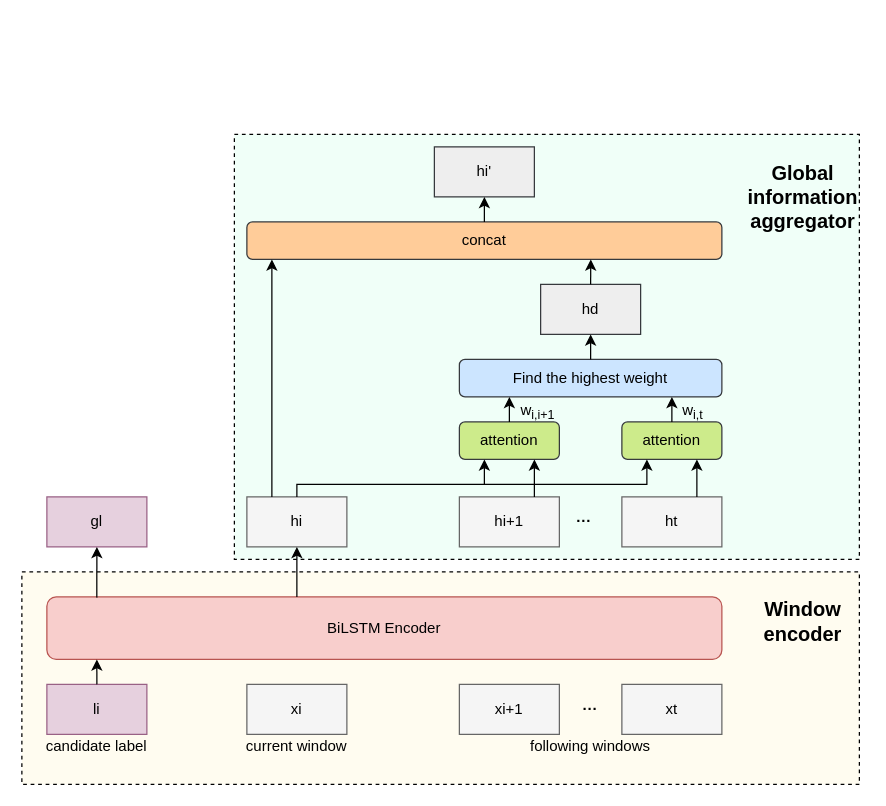
The draw.io diagram page "Page-2" (2 of 2) of map/Untitled Diagram.drawio in Boching-bot/Sundries, before the edit. Source tidied: cells renumbered, new cells numbered last; positions are measured from the earlier drawing's top-left corner, leaving out a move shared by most shapes. Both pictures are drawn from the tidied source at 125%, with x=0, y=0 at pixel (21, 134).
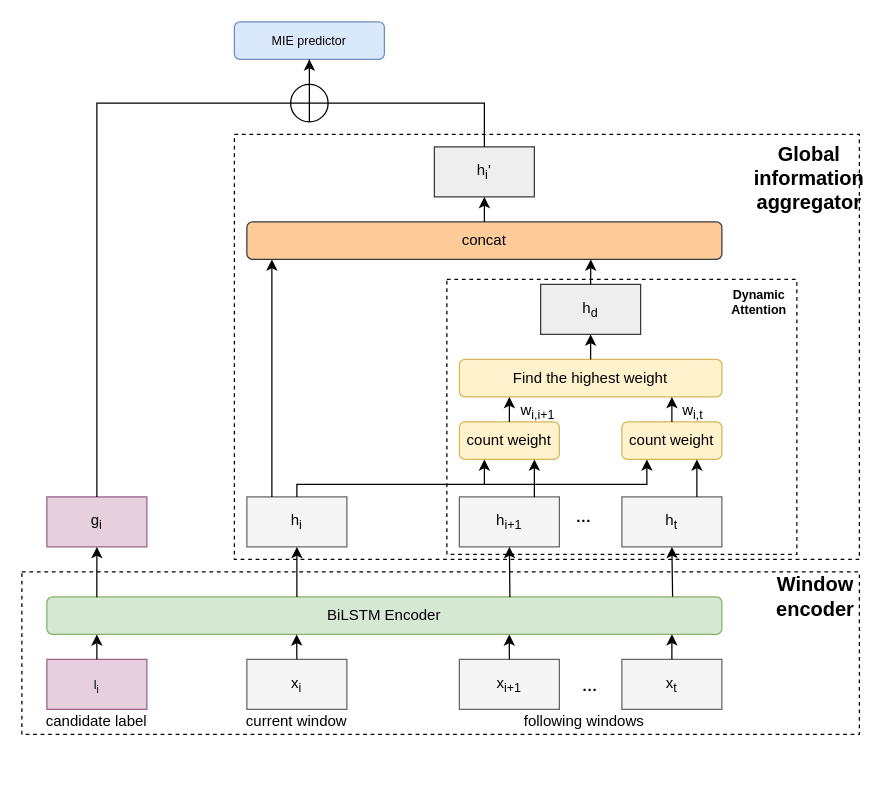
The same page after the edit.

The edit, as a diff of the source:
```diff
@@
+    <mxCell id="41" style="rounded=0;whiteSpace=wrap;html=1;fontSize=10;strokeColor=default;fillColor=default;gradientColor=none;dashed=1;" parent="1" vertex="1">
+      <mxGeometry x="330" y="115" width="300" height="220" as="geometry" />
+    </mxCell>
-    <mxCell id="2" style="rounded=0;whiteSpace=wrap;html=1;dashed=1;fontSize=12;fillColor=#FFFCF0;" parent="1" vertex="1">
-      <mxGeometry y="350" width="670" height="170" as="geometry" />
+    <mxCell id="2" style="rounded=0;whiteSpace=wrap;html=1;dashed=1;fontSize=12;" parent="1" vertex="1">
+      <mxGeometry y="350" width="670" height="130" as="geometry" />
     </mxCell>
-    <mxCell id="3" value="li" style="rounded=0;whiteSpace=wrap;html=1;fontSize=12;strokeColor=#996185;fillColor=#e6d0de;gradientColor=none;" parent="1" vertex="1">
-      <mxGeometry x="20" y="440" width="80" height="40" as="geometry" />
+    <mxCell id="3" value="&lt;span style=&quot;font-size: 10px&quot;&gt;l&lt;sub&gt;i&lt;/sub&gt;&lt;/span&gt;" style="rounded=0;whiteSpace=wrap;html=1;fontSize=12;strokeColor=#996185;fillColor=#e6d0de;gradientColor=none;" parent="1" vertex="1">
+      <mxGeometry x="20" y="420" width="80" height="40" as="geometry" />
     </mxCell>
-    <mxCell id="4" value="xi" style="rounded=0;whiteSpace=wrap;html=1;fontSize=12;strokeColor=#666666;fillColor=#f5f5f5;gradientColor=none;" parent="1" vertex="1">
-      <mxGeometry x="180" y="440" width="80" height="40" as="geometry" />
+    <mxCell id="4" value="x&lt;sub&gt;i&lt;/sub&gt;" style="rounded=0;whiteSpace=wrap;html=1;fontSize=12;strokeColor=#666666;fillColor=#f5f5f5;gradientColor=none;" parent="1" vertex="1">
+      <mxGeometry x="180" y="420" width="80" height="40" as="geometry" />
     </mxCell>
-    <mxCell id="5" value="xi+1" style="rounded=0;whiteSpace=wrap;html=1;fontSize=12;strokeColor=#666666;fillColor=#f5f5f5;gradientColor=none;" parent="1" vertex="1">
-      <mxGeometry x="350" y="440" width="80" height="40" as="geometry" />
+    <mxCell id="5" value="x&lt;sub&gt;i+1&lt;/sub&gt;" style="rounded=0;whiteSpace=wrap;html=1;fontSize=12;strokeColor=#666666;fillColor=#f5f5f5;gradientColor=none;" parent="1" vertex="1">
+      <mxGeometry x="350" y="420" width="80" height="40" as="geometry" />
     </mxCell>
-    <mxCell id="6" value="xt" style="rounded=0;whiteSpace=wrap;html=1;fontSize=12;strokeColor=#666666;fillColor=#f5f5f5;gradientColor=none;" parent="1" vertex="1">
-      <mxGeometry x="480" y="440" width="80" height="40" as="geometry" />
+    <mxCell id="6" value="x&lt;sub&gt;t&lt;/sub&gt;" style="rounded=0;whiteSpace=wrap;html=1;fontSize=12;strokeColor=#666666;fillColor=#f5f5f5;gradientColor=none;" parent="1" vertex="1">
+      <mxGeometry x="480" y="420" width="80" height="40" as="geometry" />
     </mxCell>
-    <mxCell id="7" style="rounded=0;whiteSpace=wrap;html=1;fontSize=12;dashed=1;fillColor=#F0FFF8;" parent="1" vertex="1">
+    <mxCell id="7" style="rounded=0;whiteSpace=wrap;html=1;fontSize=12;dashed=1;" parent="1" vertex="1">
       <mxGeometry x="170" width="500" height="340" as="geometry" />
     </mxCell>
-    <mxCell id="8" value="BiLSTM Encoder" style="rounded=1;whiteSpace=wrap;html=1;fontSize=12;strokeColor=#b85450;fillColor=#f8cecc;" parent="1" vertex="1">
-      <mxGeometry x="20" y="370" width="540" height="50" as="geometry" />
+    <mxCell id="8" value="BiLSTM Encoder" style="rounded=1;whiteSpace=wrap;html=1;fontSize=12;strokeColor=#82b366;fillColor=#d5e8d4;" parent="1" vertex="1">
+      <mxGeometry x="20" y="370" width="540" height="30" as="geometry" />
     </mxCell>
-    <mxCell id="9" value="hi" style="rounded=0;whiteSpace=wrap;html=1;fontSize=12;strokeColor=#666666;fillColor=#f5f5f5;gradientColor=none;" parent="1" vertex="1">
+    <mxCell id="9" value="h&lt;sub&gt;i&lt;/sub&gt;" style="rounded=0;whiteSpace=wrap;html=1;fontSize=12;strokeColor=#666666;fillColor=#f5f5f5;gradientColor=none;" parent="1" vertex="1">
       <mxGeometry x="180" y="290" width="80" height="40" as="geometry" />
     </mxCell>
-    <mxCell id="10" value="hi+1" style="rounded=0;whiteSpace=wrap;html=1;fontSize=12;strokeColor=#666666;fillColor=#f5f5f5;gradientColor=none;" parent="1" vertex="1">
+    <mxCell id="10" value="h&lt;sub&gt;i+1&lt;/sub&gt;" style="rounded=0;whiteSpace=wrap;html=1;fontSize=12;strokeColor=#666666;fillColor=#f5f5f5;gradientColor=none;" parent="1" vertex="1">
       <mxGeometry x="350" y="290" width="80" height="40" as="geometry" />
     </mxCell>
-    <mxCell id="11" value="ht" style="rounded=0;whiteSpace=wrap;html=1;fontSize=12;strokeColor=#666666;fillColor=#f5f5f5;gradientColor=none;" parent="1" vertex="1">
+    <mxCell id="11" value="h&lt;sub&gt;t&lt;/sub&gt;" style="rounded=0;whiteSpace=wrap;html=1;fontSize=12;strokeColor=#666666;fillColor=#f5f5f5;gradientColor=none;" parent="1" vertex="1">
       <mxGeometry x="480" y="290" width="80" height="40" as="geometry" />
     </mxCell>
-    <mxCell id="12" value="attention" style="rounded=1;whiteSpace=wrap;html=1;fontSize=12;strokeColor=#36393d;fillColor=#cdeb8b;" parent="1" vertex="1">
+    <mxCell id="12" value="count weight" style="rounded=1;whiteSpace=wrap;html=1;fontSize=12;strokeColor=#d6b656;fillColor=#fff2cc;" parent="1" vertex="1">
       <mxGeometry x="350" y="230" width="80" height="30" as="geometry" />
     </mxCell>
-    <mxCell id="13" value="attention" style="rounded=1;whiteSpace=wrap;html=1;fontSize=12;strokeColor=#36393d;fillColor=#cdeb8b;" parent="1" vertex="1">
+    <mxCell id="13" value="count weight" style="rounded=1;whiteSpace=wrap;html=1;fontSize=12;strokeColor=#d6b656;fillColor=#fff2cc;" parent="1" vertex="1">
       <mxGeometry x="480" y="230" width="80" height="30" as="geometry" />
     </mxCell>
-    <mxCell id="14" value="Find the highest weight" style="rounded=1;whiteSpace=wrap;html=1;fontSize=12;strokeColor=#36393d;fillColor=#cce5ff;" parent="1" vertex="1">
+    <mxCell id="14" value="Find the highest weight" style="rounded=1;whiteSpace=wrap;html=1;fontSize=12;strokeColor=#d6b656;fillColor=#fff2cc;" parent="1" vertex="1">
       <mxGeometry x="350" y="180" width="210" height="30" as="geometry" />
     </mxCell>
-    <mxCell id="15" value="hd" style="rounded=0;whiteSpace=wrap;html=1;fontSize=12;strokeColor=#36393d;fillColor=#eeeeee;" parent="1" vertex="1">
+    <mxCell id="15" value="h&lt;sub&gt;d&lt;/sub&gt;" style="rounded=0;whiteSpace=wrap;html=1;fontSize=12;strokeColor=#36393d;fillColor=#eeeeee;" parent="1" vertex="1">
       <mxGeometry x="415" y="120" width="80" height="40" as="geometry" />
     </mxCell>
@@
-    <mxCell id="17" value="hi'" style="rounded=0;whiteSpace=wrap;html=1;fontSize=12;strokeColor=#36393d;fillColor=#eeeeee;" parent="1" vertex="1">
+    <mxCell id="17" value="h&lt;sub&gt;i&lt;/sub&gt;'" style="rounded=0;whiteSpace=wrap;html=1;fontSize=12;strokeColor=#36393d;fillColor=#eeeeee;" parent="1" vertex="1">
       <mxGeometry x="330" y="10" width="80" height="40" as="geometry" />
     </mxCell>
     <mxCell id="18" value="&lt;b&gt;&lt;span lang=&quot;EN-GB&quot; style=&quot;font-size: 12.0pt ; font-family: &amp;#34;calibri&amp;#34; , sans-serif&quot;&gt;Global information aggregator&lt;/span&gt;&lt;/b&gt;" style="rounded=0;whiteSpace=wrap;html=1;dashed=1;fontSize=12;strokeColor=none;fillColor=none;gradientColor=none;" parent="1" vertex="1">
-      <mxGeometry x="580" y="10" width="90" height="80" as="geometry" />
+      <mxGeometry x="590" width="80" height="70" as="geometry" />
     </mxCell>
+    <mxCell id="42" style="rounded=0;whiteSpace=wrap;html=1;fontSize=10;strokeColor=default;fillColor=none;gradientColor=none;dashed=1;" parent="1" vertex="1">
+      <mxGeometry x="340" y="116" width="280" height="220" as="geometry" />
+    </mxCell>
     <mxCell id="19" value="&lt;font face=&quot;calibri, sans-serif&quot;&gt;&lt;span style=&quot;font-size: 16px&quot;&gt;&lt;b&gt;Window encoder&lt;br&gt;&lt;/b&gt;&lt;/span&gt;&lt;/font&gt;" style="rounded=0;whiteSpace=wrap;html=1;dashed=1;fontSize=12;strokeColor=none;fillColor=none;gradientColor=none;" parent="1" vertex="1">
-      <mxGeometry x="580" y="350" width="90" height="80" as="geometry" />
+      <mxGeometry x="600" y="350" width="70" height="40" as="geometry" />
     </mxCell>
-    <mxCell id="20" value="gl" style="rounded=0;whiteSpace=wrap;html=1;fontSize=12;strokeColor=#996185;fillColor=#e6d0de;gradientColor=none;" parent="1" vertex="1">
+    <mxCell id="20" value="g&lt;sub&gt;i&lt;/sub&gt;" style="rounded=0;whiteSpace=wrap;html=1;fontSize=12;strokeColor=#996185;fillColor=#e6d0de;gradientColor=none;" parent="1" vertex="1">
       <mxGeometry x="20" y="290" width="80" height="40" as="geometry" />
     </mxCell>
@@
     <mxCell id="22" value="candidate label" style="rounded=0;whiteSpace=wrap;html=1;fontSize=12;strokeColor=none;fillColor=none;gradientColor=none;" parent="1" vertex="1">
-      <mxGeometry y="480" width="120" height="20" as="geometry" />
+      <mxGeometry y="460" width="120" height="20" as="geometry" />
     </mxCell>
     <mxCell id="23" value="current window" style="rounded=0;whiteSpace=wrap;html=1;fontSize=12;strokeColor=none;fillColor=none;gradientColor=none;" parent="1" vertex="1">
-      <mxGeometry x="160" y="480" width="120" height="20" as="geometry" />
+      <mxGeometry x="160" y="460" width="120" height="20" as="geometry" />
     </mxCell>
     <mxCell id="24" value="following windows" style="rounded=0;whiteSpace=wrap;html=1;fontSize=12;strokeColor=none;fillColor=none;gradientColor=none;" parent="1" vertex="1">
-      <mxGeometry x="395" y="480" width="120" height="20" as="geometry" />
+      <mxGeometry x="390" y="460" width="120" height="20" as="geometry" />
     </mxCell>
     <mxCell id="25" value="&lt;b&gt;···&lt;/b&gt;" style="rounded=0;whiteSpace=wrap;html=1;fontSize=12;strokeColor=none;fillColor=none;gradientColor=none;" parent="1" vertex="1">
-      <mxGeometry x="420" y="445" width="70" height="30" as="geometry" />
+      <mxGeometry x="420" y="430" width="70" height="30" as="geometry" />
     </mxCell>
@@
+    <mxCell id="31" style="endArrow=classic;html=1;rounded=0;fontSize=12;sourcePerimeterSpacing=0;targetPerimeterSpacing=0;strokeColor=default;strokeWidth=1;gradientColor=none;entryX=0.25;entryY=1;entryDx=0;entryDy=0;" parent="1" edge="1" target="13">
+      <mxGeometry relative="1" as="geometry">
+        <mxPoint x="370" y="280" as="sourcePoint" />
+        <Array as="points">
+          <mxPoint x="500" y="280" />
+        </Array>
+      </mxGeometry>
+    </mxCell>
@@
-    <mxCell id="31" style="endArrow=classic;html=1;rounded=0;fontSize=12;sourcePerimeterSpacing=0;targetPerimeterSpacing=0;strokeColor=default;strokeWidth=1;gradientColor=none;entryX=0.25;entryY=1;entryDx=0;entryDy=0;" parent="1" edge="1" target="13">
-      <mxGeometry relative="1" as="geometry">
-        <mxPoint x="370" y="280" as="sourcePoint" />
-        <Array as="points">
-          <mxPoint x="500" y="280" />
-        </Array>
-      </mxGeometry>
-    </mxCell>
@@
+    <mxCell id="43" value="&lt;b&gt;Dynamic&lt;br&gt;Attention&lt;/b&gt;" style="rounded=0;whiteSpace=wrap;html=1;dashed=1;fontSize=10;strokeColor=none;fillColor=none;gradientColor=none;" parent="1" vertex="1">
+      <mxGeometry x="560" y="116" width="60" height="35" as="geometry" />
+    </mxCell>
+    <mxCell id="44" value="MIE predictor" style="rounded=1;whiteSpace=wrap;html=1;fontSize=10;strokeColor=#6c8ebf;fillColor=#dae8fc;" parent="1" vertex="1">
+      <mxGeometry x="170" y="-90" width="120" height="30" as="geometry" />
+    </mxCell>
+    <mxCell id="45" style="ellipse;whiteSpace=wrap;html=1;fontSize=10;strokeColor=default;fillColor=none;gradientColor=none;" parent="1" vertex="1">
+      <mxGeometry x="215" y="-40" width="30" height="30" as="geometry" />
+    </mxCell>
+    <mxCell id="46" style="endArrow=none;html=1;rounded=0;fontSize=10;sourcePerimeterSpacing=0;targetPerimeterSpacing=0;strokeColor=default;strokeWidth=1;gradientColor=none;exitX=0;exitY=0.5;exitDx=0;exitDy=0;entryX=1;entryY=0.5;entryDx=0;entryDy=0;" parent="1" edge="1" source="45" target="45">
+      <mxGeometry relative="1" as="geometry" />
+    </mxCell>
+    <mxCell id="47" style="endArrow=none;html=1;rounded=0;fontSize=10;sourcePerimeterSpacing=0;targetPerimeterSpacing=0;strokeColor=default;strokeWidth=1;gradientColor=none;exitX=0.5;exitY=0;exitDx=0;exitDy=0;entryX=0.5;entryY=1;entryDx=0;entryDy=0;" parent="1" edge="1" source="45" target="45">
+      <mxGeometry relative="1" as="geometry">
+        <Array as="points">
+          <mxPoint x="230" y="-40" />
+        </Array>
+      </mxGeometry>
+    </mxCell>
+    <mxCell id="48" style="endArrow=none;html=1;rounded=0;fontSize=10;sourcePerimeterSpacing=0;targetPerimeterSpacing=0;strokeColor=default;strokeWidth=1;gradientColor=none;exitX=0.5;exitY=0;exitDx=0;exitDy=0;entryX=0;entryY=0.5;entryDx=0;entryDy=0;" parent="1" edge="1" source="20" target="45">
+      <mxGeometry relative="1" as="geometry">
+        <Array as="points">
+          <mxPoint x="60" y="-25" />
+        </Array>
+      </mxGeometry>
+    </mxCell>
+    <mxCell id="49" style="endArrow=none;html=1;rounded=0;fontSize=10;sourcePerimeterSpacing=0;targetPerimeterSpacing=0;strokeColor=default;strokeWidth=1;gradientColor=none;exitX=0.5;exitY=0;exitDx=0;exitDy=0;entryX=1;entryY=0.5;entryDx=0;entryDy=0;" parent="1" edge="1" source="17" target="45">
+      <mxGeometry relative="1" as="geometry">
+        <Array as="points">
+          <mxPoint x="370" y="-25" />
+        </Array>
+      </mxGeometry>
+    </mxCell>
+    <mxCell id="50" style="endArrow=classic;html=1;rounded=0;fontSize=10;sourcePerimeterSpacing=0;targetPerimeterSpacing=0;strokeColor=default;strokeWidth=1;gradientColor=none;entryX=0.5;entryY=1;entryDx=0;entryDy=0;" parent="1" edge="1" target="44">
+      <mxGeometry relative="1" as="geometry">
+        <mxPoint x="230" y="-60" as="sourcePoint" />
+        <Array as="points">
+          <mxPoint x="230" y="-40" />
+        </Array>
+      </mxGeometry>
+    </mxCell>
+    <mxCell id="51" style="endArrow=classic;html=1;rounded=0;fontSize=10;sourcePerimeterSpacing=0;targetPerimeterSpacing=0;strokeColor=default;strokeWidth=1;gradientColor=none;exitX=0.5;exitY=0;exitDx=0;exitDy=0;entryX=0.37;entryY=1;entryDx=0;entryDy=0;entryPerimeter=0;" parent="1" edge="1" source="4" target="8">
+      <mxGeometry relative="1" as="geometry" />
+    </mxCell>
+    <mxCell id="52" style="endArrow=classic;html=1;rounded=0;fontSize=10;sourcePerimeterSpacing=0;targetPerimeterSpacing=0;strokeColor=default;strokeWidth=1;gradientColor=none;exitX=0.5;exitY=0;exitDx=0;exitDy=0;entryX=0.685;entryY=1;entryDx=0;entryDy=0;entryPerimeter=0;" parent="1" edge="1" source="5" target="8">
+      <mxGeometry relative="1" as="geometry" />
+    </mxCell>
+    <mxCell id="53" style="endArrow=classic;html=1;rounded=0;fontSize=10;sourcePerimeterSpacing=0;targetPerimeterSpacing=0;strokeColor=default;strokeWidth=1;gradientColor=none;entryX=0.5;entryY=1;entryDx=0;entryDy=0;exitX=0.686;exitY=0.013;exitDx=0;exitDy=0;exitPerimeter=0;" parent="1" edge="1" source="8" target="10">
+      <mxGeometry relative="1" as="geometry" />
+    </mxCell>
+    <mxCell id="54" style="endArrow=classic;html=1;rounded=0;fontSize=10;sourcePerimeterSpacing=0;targetPerimeterSpacing=0;strokeColor=default;strokeWidth=1;gradientColor=none;entryX=0.5;entryY=1;entryDx=0;entryDy=0;exitX=0.927;exitY=-0.001;exitDx=0;exitDy=0;exitPerimeter=0;" parent="1" edge="1" source="8" target="11">
+      <mxGeometry relative="1" as="geometry" />
+    </mxCell>
+    <mxCell id="55" style="endArrow=classic;html=1;rounded=0;fontSize=10;sourcePerimeterSpacing=0;targetPerimeterSpacing=0;strokeColor=default;strokeWidth=1;gradientColor=none;exitX=0.5;exitY=0;exitDx=0;exitDy=0;entryX=0.926;entryY=0.996;entryDx=0;entryDy=0;entryPerimeter=0;" parent="1" edge="1" source="6" target="8">
+      <mxGeometry relative="1" as="geometry" />
+    </mxCell>
```
